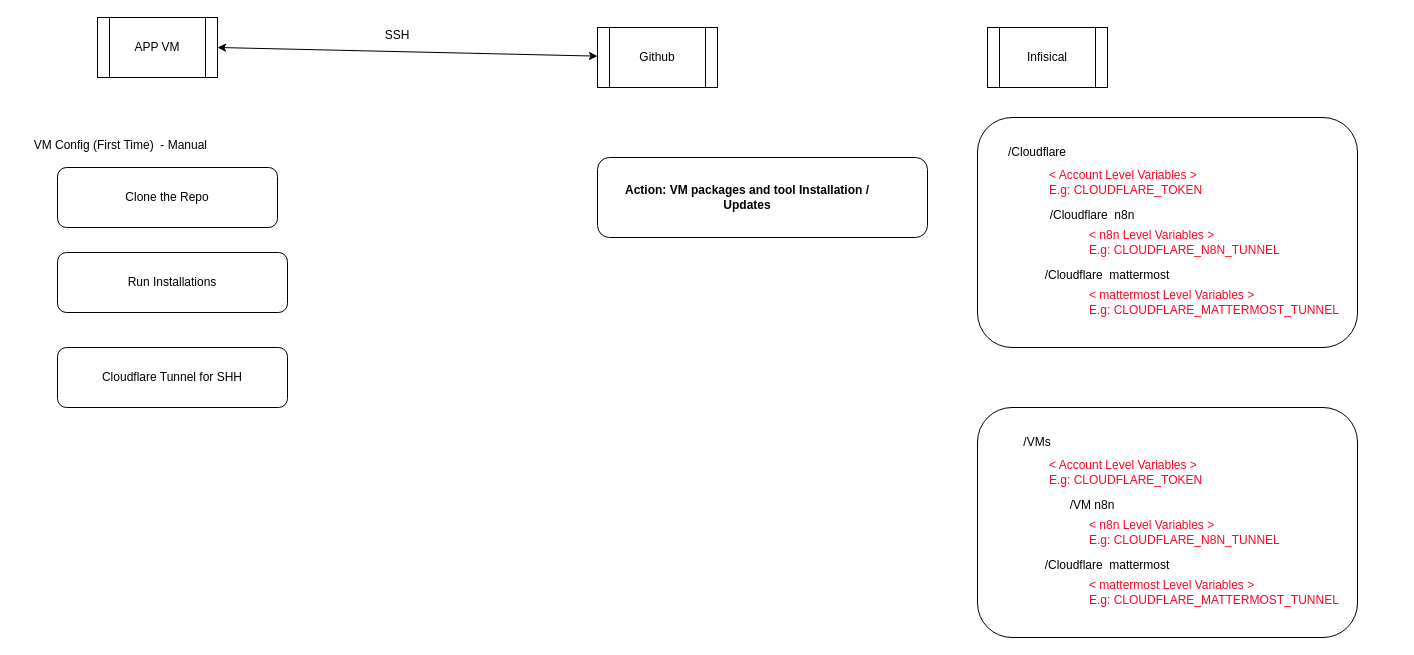
Before: VM - CICD App Deployment/architecture.drawio in DoctorDatah/self-hosted-server-apps, a draw.io diagram. Source tidied: cells renumbered, new cells numbered last; positions are measured from the earlier drawing's top-left corner, leaving out a move shared by most shapes. Both pictures are drawn from the tidied source at 100%, with x=0, y=0 at pixel (17, 17).
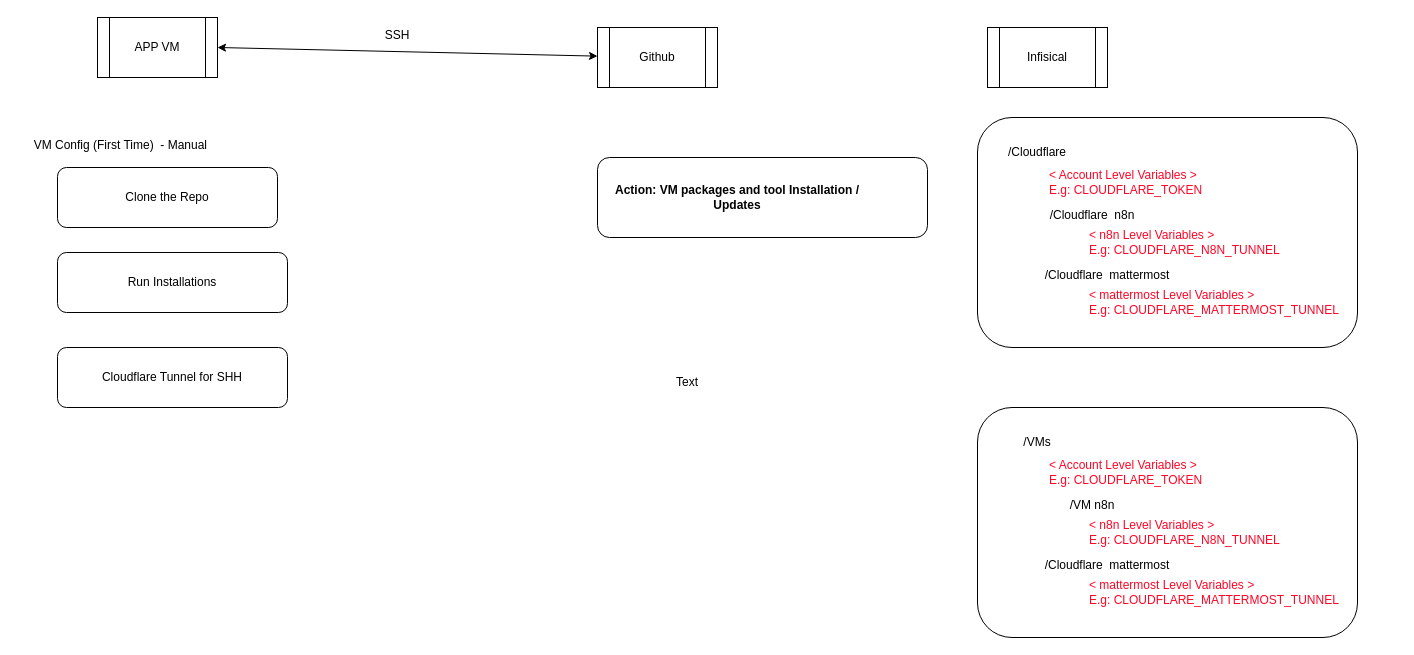
The same page after the edit.

Change to the diagram source:
```diff
@@
     <mxCell id="14" value="&lt;b&gt;Action: VM packages and tool Installation / Updates&lt;/b&gt;" style="text;html=1;whiteSpace=wrap;strokeColor=none;fillColor=none;align=center;verticalAlign=middle;rounded=0;" parent="1" vertex="1">
-      <mxGeometry x="590" y="135" width="280" height="90" as="geometry" />
+      <mxGeometry x="580" y="135" width="280" height="90" as="geometry" />
     </mxCell>
@@
+    <mxCell id="29" value="Text" style="text;html=1;whiteSpace=wrap;strokeColor=none;fillColor=none;align=center;verticalAlign=middle;rounded=0;" parent="1" vertex="1">
+      <mxGeometry x="640" y="350" width="60" height="30" as="geometry" />
+    </mxCell>
```
